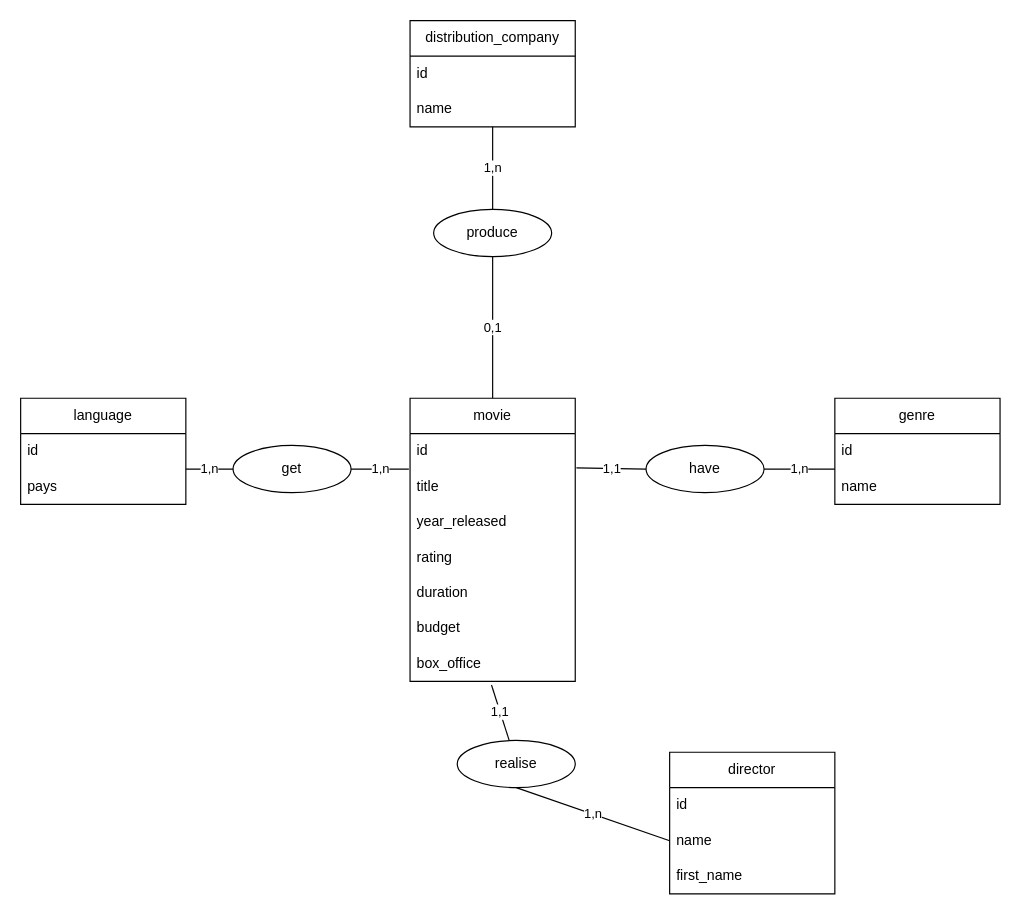
Before: MCD.drawio in morganb75/BRIEF04, a draw.io diagram. Source tidied: cells renumbered, new cells numbered last; positions are measured from the earlier drawing's top-left corner, leaving out a move shared by most shapes. Both pictures are drawn from the tidied source at 118%, with x=0, y=0 at pixel (20, 20).
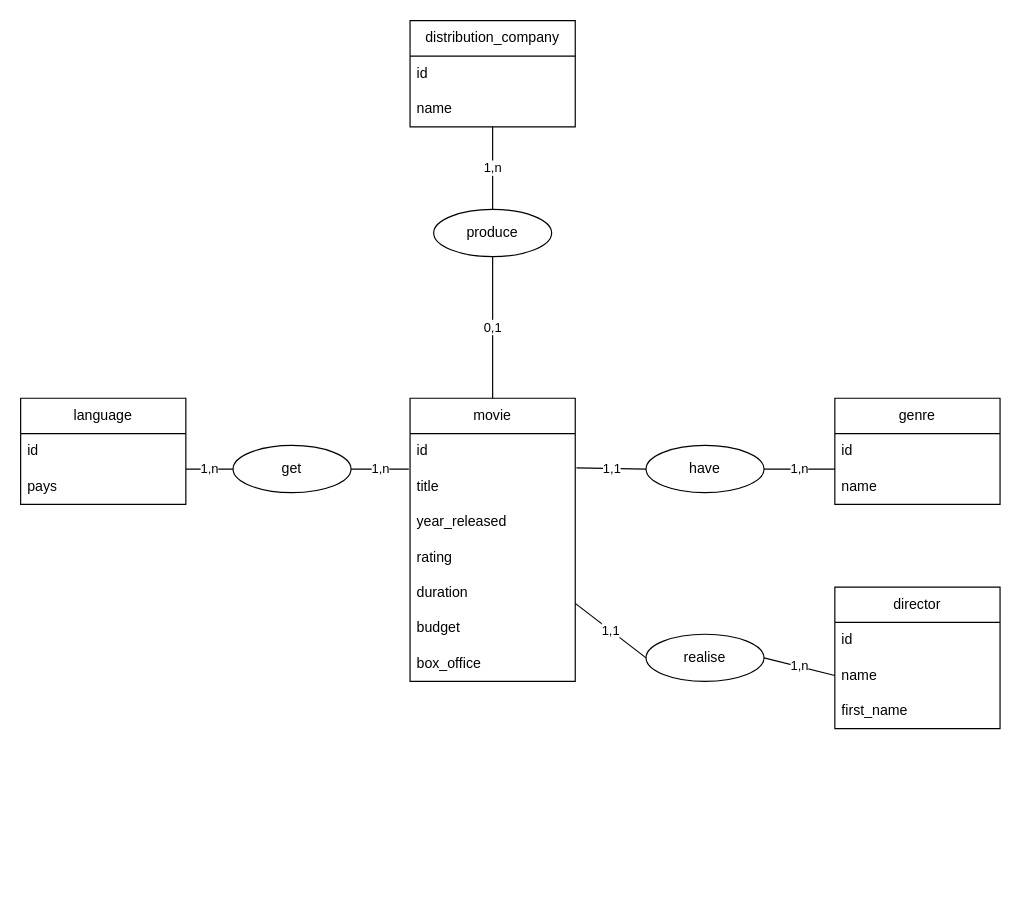
The same diagram, later.

The change refers to these unchanged cells:
```xml
<mxCell id="2" value="movie" style="swimlane;fontStyle=0;horizontal=1;startSize=30;whiteSpace=wrap;html=1;" parent="1" vertex="1">
  <mxGeometry x="330" y="320" width="140" height="240" as="geometry" />
</mxCell>
<mxCell id="10" value="box_office" style="text;strokeColor=none;fillColor=none;align=left;verticalAlign=middle;spacingLeft=4;spacingRight=4;overflow=hidden;points=[[0,0.5],[1,0.5]];portConstraint=eastwest;whiteSpace=wrap;html=1;" parent="2" vertex="1">
  <mxGeometry y="210" width="140" height="30" as="geometry" />
</mxCell>
<mxCell id="19" value="name" style="text;strokeColor=none;fillColor=none;align=left;verticalAlign=middle;spacingLeft=4;spacingRight=4;overflow=hidden;points=[[0,0.5],[1,0.5]];portConstraint=eastwest;whiteSpace=wrap;html=1;" parent="17" vertex="1">
  <mxGeometry y="60" width="140" height="30" as="geometry" />
</mxCell>
```

What changed in the source:
```diff
@@
     <mxCell id="17" value="director" style="swimlane;fontStyle=0;horizontal=1;startSize=30;whiteSpace=wrap;html=1;" parent="1" vertex="1">
-      <mxGeometry x="550" y="620" width="140" height="120" as="geometry" />
+      <mxGeometry x="690" y="480" width="140" height="120" as="geometry" />
     </mxCell>
@@
     <mxCell id="27" value="realise" style="ellipse;whiteSpace=wrap;html=1;align=center;newEdgeStyle={&quot;edgeStyle&quot;:&quot;entityRelationEdgeStyle&quot;,&quot;startArrow&quot;:&quot;none&quot;,&quot;endArrow&quot;:&quot;none&quot;,&quot;segment&quot;:10,&quot;curved&quot;:1,&quot;sourcePerimeterSpacing&quot;:0,&quot;targetPerimeterSpacing&quot;:0};" parent="1" vertex="1">
-      <mxGeometry x="370" y="610" width="100" height="40" as="geometry" />
+      <mxGeometry x="530" y="520" width="100" height="40" as="geometry" />
     </mxCell>
@@
-    <mxCell id="31" value="1,n" style="endArrow=none;html=1;endFill=0;exitX=0;exitY=0.5;exitDx=0;exitDy=0;entryX=0.5;entryY=1;entryDx=0;entryDy=0;" parent="1" edge="1" source="19" target="27">
+    <mxCell id="31" value="1,n" style="endArrow=none;html=1;endFill=0;exitX=0;exitY=0.5;exitDx=0;exitDy=0;entryX=1;entryY=0.5;entryDx=0;entryDy=0;" parent="1" edge="1" source="19" target="27">
       <mxGeometry relative="1" as="geometry" />
     </mxCell>
@@
-    <mxCell id="34" value="1,1" style="endArrow=none;html=1;endFill=0;entryX=0.493;entryY=1.1;entryDx=0;entryDy=0;entryPerimeter=0;" parent="1" edge="1" source="27" target="10">
+    <mxCell id="34" value="1,1" style="endArrow=none;html=1;endFill=0;exitX=0;exitY=0.5;exitDx=0;exitDy=0;" parent="1" edge="1" source="27" target="2">
       <mxGeometry relative="1" as="geometry" />
     </mxCell>
```
